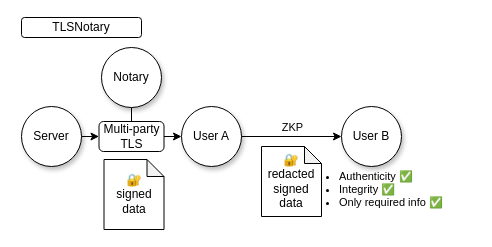
Before: diagrams/data_provenance_tlsn.drawio in tlsnotary/docs-mdbook, a draw.io diagram. Source tidied: cells renumbered, new cells numbered last; positions are measured from the earlier drawing's top-left corner, leaving out a move shared by most shapes. Both pictures are drawn from the tidied source at 100%, with x=0, y=0 at pixel (21, 17).
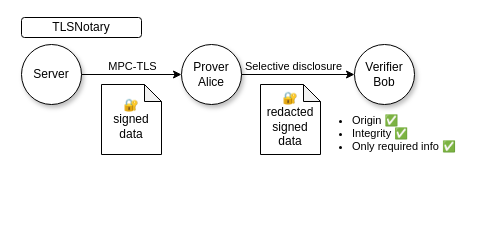
After the change.

The edit, as a diff of the source:
```diff
@@
 <mxGraphModel>
   <root>
     <mxCell id="0" />
     <mxCell id="1" parent="0" />
     <mxCell id="2" value="TLSNotary" style="rounded=1;whiteSpace=wrap;html=1;" parent="1" vertex="1">
       <mxGeometry width="120" height="20" as="geometry" />
     </mxCell>
-    <mxCell id="3" style="group;" parent="1" vertex="1">
-      <mxGeometry y="30" width="440" height="182" as="geometry" />
-    </mxCell>
-    <mxCell id="4" value="Server" style="ellipse;whiteSpace=wrap;html=1;shadow=1;" parent="3" vertex="1">
-      <mxGeometry y="59" width="60" height="60" as="geometry" />
+    <mxCell id="4" value="Server" style="ellipse;whiteSpace=wrap;html=1;shadow=1;" parent="1" vertex="1">
+      <mxGeometry y="27" width="60" height="60" as="geometry" />
     </mxCell>
-    <mxCell id="5" value="User A" style="ellipse;whiteSpace=wrap;html=1;shadow=1;" parent="3" vertex="1">
-      <mxGeometry x="160" y="59" width="60" height="60" as="geometry" />
+    <mxCell id="5" value="Prover&lt;br&gt;Alice" style="ellipse;whiteSpace=wrap;html=1;shadow=1;" parent="1" vertex="1">
+      <mxGeometry x="160" y="27" width="60" height="60" as="geometry" />
     </mxCell>
-    <mxCell id="6" value="User B" style="ellipse;whiteSpace=wrap;html=1;shadow=1;" parent="3" vertex="1">
-      <mxGeometry x="320" y="59" width="60" height="60" as="geometry" />
+    <mxCell id="6" value="Verifier&lt;br&gt;Bob" style="ellipse;whiteSpace=wrap;html=1;shadow=1;" parent="1" vertex="1">
+      <mxGeometry x="333" y="27" width="60" height="60" as="geometry" />
     </mxCell>
-    <mxCell id="7" style="edgeStyle=orthogonalEdgeStyle;rounded=0;jettySize=auto;html=1;exitX=1;exitY=0.5;exitDx=0;exitDy=0;entryX=0;entryY=0.5;entryDx=0;entryDy=0;" parent="3" edge="1" source="5" target="6">
+    <mxCell id="7" style="edgeStyle=orthogonalEdgeStyle;rounded=0;jettySize=auto;html=1;exitX=1;exitY=0.5;exitDx=0;exitDy=0;entryX=0;entryY=0.5;entryDx=0;entryDy=0;" parent="1" edge="1" source="5" target="6">
       <mxGeometry relative="1" as="geometry" />
     </mxCell>
-    <mxCell id="8" value="ZKP" style="edgeLabel;html=1;align=center;verticalAlign=middle;" parent="7" vertex="1">
-      <mxGeometry x="-0.24" y="1" relative="1" as="geometry">
-        <mxPoint x="12" y="-9" as="offset" />
-      </mxGeometry>
-    </mxCell>
+    <mxCell id="17" value="Selective disclosure" style="edgeLabel;html=1;align=center;verticalAlign=middle;labelBackgroundColor=none;" parent="7" vertex="1">
+      <mxGeometry x="0.14" y="-1" relative="1" as="geometry">
+        <mxPoint x="-13" y="-10" as="offset" />
+      </mxGeometry>
+    </mxCell>
-    <mxCell id="9" value="🔐&lt;br&gt;signed&lt;br&gt;data&lt;br&gt;" style="shape=note;whiteSpace=wrap;html=1;backgroundOutline=1;darkOpacity=0.05;size=17;" parent="3" vertex="1">
-      <mxGeometry x="82.5" y="112" width="60" height="70" as="geometry" />
+    <mxCell id="9" value="🔐&lt;br&gt;signed&lt;br&gt;data&lt;br&gt;" style="shape=note;whiteSpace=wrap;html=1;backgroundOutline=1;darkOpacity=0.05;size=17;" parent="1" vertex="1">
+      <mxGeometry x="80" y="67" width="60" height="70" as="geometry" />
     </mxCell>
-    <mxCell id="10" value="🔐redacted&lt;br&gt;signed&lt;br style=&quot;border-color: var(--border-color);&quot;&gt;data" style="shape=note;whiteSpace=wrap;html=1;backgroundOutline=1;darkOpacity=0.05;size=17;" parent="3" vertex="1">
-      <mxGeometry x="240" y="99" width="60" height="70" as="geometry" />
+    <mxCell id="10" value="🔐redacted&lt;br&gt;signed&lt;br style=&quot;border-color: var(--border-color);&quot;&gt;data" style="shape=note;whiteSpace=wrap;html=1;backgroundOutline=1;darkOpacity=0.05;size=17;" parent="1" vertex="1">
+      <mxGeometry x="239" y="67" width="60" height="70" as="geometry" />
     </mxCell>
-    <mxCell id="11" value="&lt;ul style=&quot;font-size: 11px;&quot;&gt;&lt;li style=&quot;border-color: var(--border-color);&quot;&gt;Authenticity ✅&lt;/li&gt;&lt;li style=&quot;border-color: var(--border-color);&quot;&gt;Integrity&amp;nbsp;✅&lt;/li&gt;&lt;li style=&quot;border-color: var(--border-color);&quot;&gt;Only required info&amp;nbsp;✅&lt;br&gt;&lt;/li&gt;&lt;/ul&gt;" style="rounded=0;whiteSpace=wrap;html=1;align=left;fillColor=none;strokeColor=none;horizontal=1;" parent="3" vertex="1">
-      <mxGeometry x="276" y="112" width="164" height="60" as="geometry" />
+    <mxCell id="11" value="&lt;ul style=&quot;font-size: 11px;&quot;&gt;&lt;li style=&quot;border-color: var(--border-color);&quot;&gt;Origin ✅&lt;/li&gt;&lt;li style=&quot;border-color: var(--border-color);&quot;&gt;Integrity&amp;nbsp;✅&lt;/li&gt;&lt;li style=&quot;border-color: var(--border-color);&quot;&gt;Only required info&amp;nbsp;✅&lt;br&gt;&lt;/li&gt;&lt;/ul&gt;" style="rounded=0;whiteSpace=wrap;html=1;align=left;fillColor=none;strokeColor=none;horizontal=1;" parent="1" vertex="1">
+      <mxGeometry x="289" y="86" width="164" height="60" as="geometry" />
     </mxCell>
-    <mxCell id="12" value="Notary" style="ellipse;whiteSpace=wrap;html=1;shadow=1;" parent="3" vertex="1">
-      <mxGeometry x="80" width="60" height="60" as="geometry" />
-    </mxCell>
-    <mxCell id="13" style="edgeStyle=orthogonalEdgeStyle;rounded=0;jettySize=auto;html=1;exitX=1;exitY=0.5;exitDx=0;exitDy=0;entryX=0;entryY=0.5;entryDx=0;entryDy=0;" parent="3" edge="1" source="14" target="5">
-      <mxGeometry relative="1" as="geometry" />
-    </mxCell>
-    <mxCell id="14" value="Multi-party TLS" style="rounded=1;whiteSpace=wrap;html=1;" parent="3" vertex="1">
-      <mxGeometry x="77.5" y="74" width="65" height="30" as="geometry" />
-    </mxCell>
-    <mxCell id="15" style="edgeStyle=orthogonalEdgeStyle;rounded=0;jettySize=auto;html=1;exitX=1;exitY=0.5;exitDx=0;exitDy=0;entryX=0;entryY=0.5;entryDx=0;entryDy=0;" parent="3" edge="1" source="4" target="14">
+    <mxCell id="15" style="edgeStyle=orthogonalEdgeStyle;rounded=0;jettySize=auto;html=1;exitX=1;exitY=0.5;exitDx=0;exitDy=0;entryX=0;entryY=0.5;entryDx=0;entryDy=0;" parent="1" edge="1" source="4" target="5">
       <mxGeometry relative="1" as="geometry" />
     </mxCell>
-    <mxCell id="16" style="edgeStyle=orthogonalEdgeStyle;rounded=0;jettySize=auto;html=1;exitX=0.5;exitY=1;exitDx=0;exitDy=0;entryX=0.5;entryY=0;entryDx=0;entryDy=0;startArrow=none;startFill=0;endArrow=none;endFill=0;" parent="3" edge="1" source="12" target="14">
-      <mxGeometry relative="1" as="geometry" />
-    </mxCell>
+    <mxCell id="18" value="MPC-TLS" style="edgeLabel;html=1;align=center;verticalAlign=middle;labelBackgroundColor=none;" parent="15" vertex="1">
+      <mxGeometry y="-1" relative="1" as="geometry">
+        <mxPoint y="-10" as="offset" />
+      </mxGeometry>
+    </mxCell>
   </root>
 </mxGraphModel>
```
